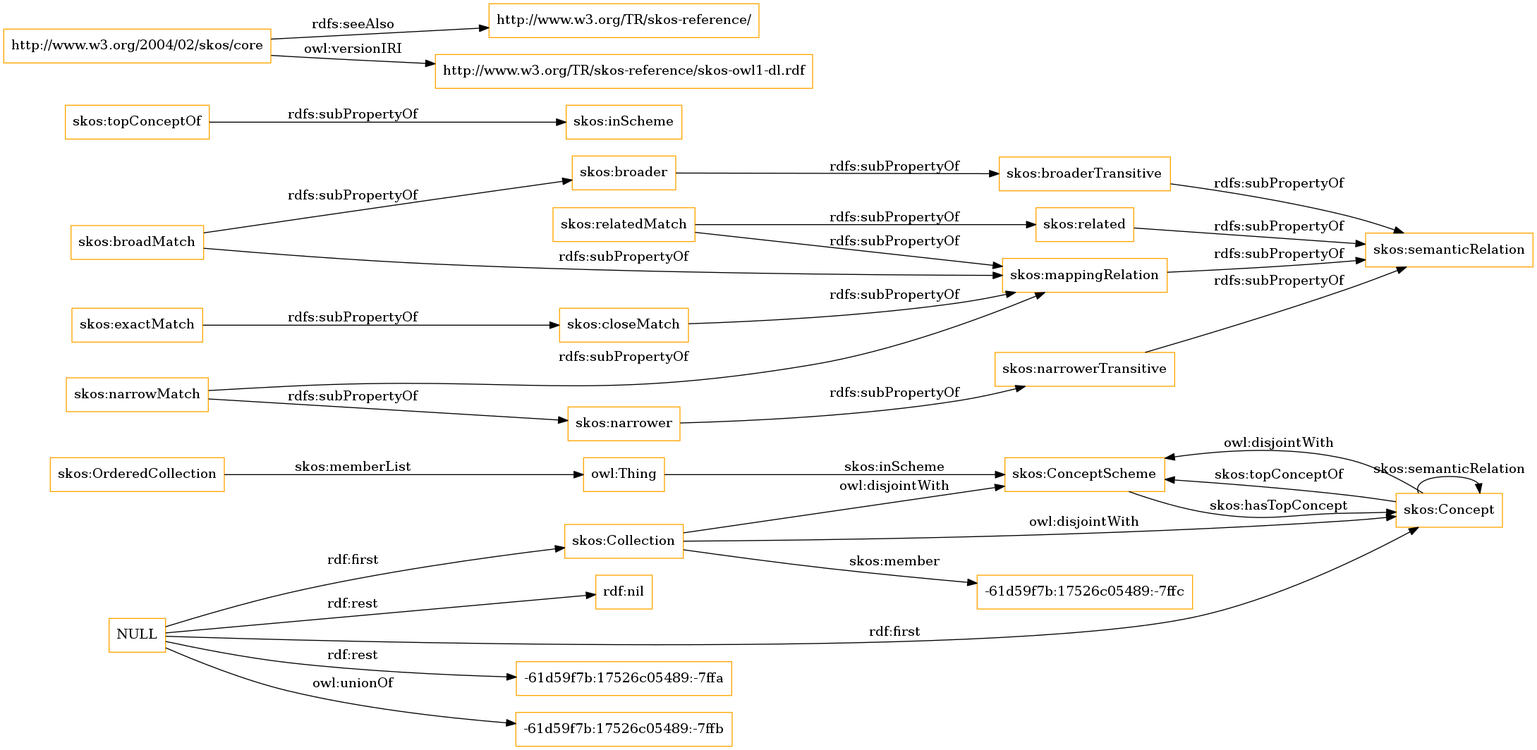
OnToologyUser/core-ontology-1 keeps this Graphviz diagram as OnToology/imports/skos.owl/diagrams/ar2dtool-class/skos.owl.png. Above is the earlier version. Its source is kept beside it as OnToology/imports/skos.owl/diagrams/ar2dtool-class/skos.owl.png.dot. The source it was exported from:
```dot
digraph ar2dtool_diagram {
rankdir=LR;
size="1501"
node [shape = rectangle, color="orange"]; "skos:OrderedCollection" "skos:ConceptScheme" "skos:Concept" "skos:Collection" "-61d59f7b:17526c05489:-7ffc" ; /*classes style*/
	"skos:narrowerTransitive" -> "skos:semanticRelation" [ label = "rdfs:subPropertyOf" ];
	"NULL" -> "-61d59f7b:17526c05489:-7ffa" [ label = "rdf:rest" ];
	"NULL" -> "skos:Collection" [ label = "rdf:first" ];
	"NULL" -> "-61d59f7b:17526c05489:-7ffb" [ label = "owl:unionOf" ];
	"NULL" -> "rdf:nil" [ label = "rdf:rest" ];
	"NULL" -> "skos:Concept" [ label = "rdf:first" ];
	"skos:closeMatch" -> "skos:mappingRelation" [ label = "rdfs:subPropertyOf" ];
	"skos:Concept" -> "skos:ConceptScheme" [ label = "owl:disjointWith" ];
	"skos:relatedMatch" -> "skos:related" [ label = "rdfs:subPropertyOf" ];
	"skos:relatedMatch" -> "skos:mappingRelation" [ label = "rdfs:subPropertyOf" ];
	"skos:related" -> "skos:semanticRelation" [ label = "rdfs:subPropertyOf" ];
	"skos:topConceptOf" -> "skos:inScheme" [ label = "rdfs:subPropertyOf" ];
	"skos:broadMatch" -> "skos:mappingRelation" [ label = "rdfs:subPropertyOf" ];
	"skos:broadMatch" -> "skos:broader" [ label = "rdfs:subPropertyOf" ];
	"skos:exactMatch" -> "skos:closeMatch" [ label = "rdfs:subPropertyOf" ];
	"skos:broaderTransitive" -> "skos:semanticRelation" [ label = "rdfs:subPropertyOf" ];
	"skos:broader" -> "skos:broaderTransitive" [ label = "rdfs:subPropertyOf" ];
	"skos:mappingRelation" -> "skos:semanticRelation" [ label = "rdfs:subPropertyOf" ];
	"http://www.w3.org/2004/02/skos/core" -> "http://www.w3.org/TR/skos-reference/" [ label = "rdfs:seeAlso" ];
	"http://www.w3.org/2004/02/skos/core" -> "http://www.w3.org/TR/skos-reference/skos-owl1-dl.rdf" [ label = "owl:versionIRI" ];
	"skos:Collection" -> "skos:ConceptScheme" [ label = "owl:disjointWith" ];
	"skos:Collection" -> "skos:Concept" [ label = "owl:disjointWith" ];
	"skos:narrower" -> "skos:narrowerTransitive" [ label = "rdfs:subPropertyOf" ];
	"skos:narrowMatch" -> "skos:narrower" [ label = "rdfs:subPropertyOf" ];
	"skos:narrowMatch" -> "skos:mappingRelation" [ label = "rdfs:subPropertyOf" ];
	"skos:OrderedCollection" -> "owl:Thing" [ label = "skos:memberList" ];
	"skos:Concept" -> "skos:ConceptScheme" [ label = "skos:topConceptOf" ];
	"skos:Concept" -> "skos:Concept" [ label = "skos:semanticRelation" ];
	"skos:Collection" -> "-61d59f7b:17526c05489:-7ffc" [ label = "skos:member" ];
	"skos:ConceptScheme" -> "skos:Concept" [ label = "skos:hasTopConcept" ];
	"owl:Thing" -> "skos:ConceptScheme" [ label = "skos:inScheme" ];

}
```
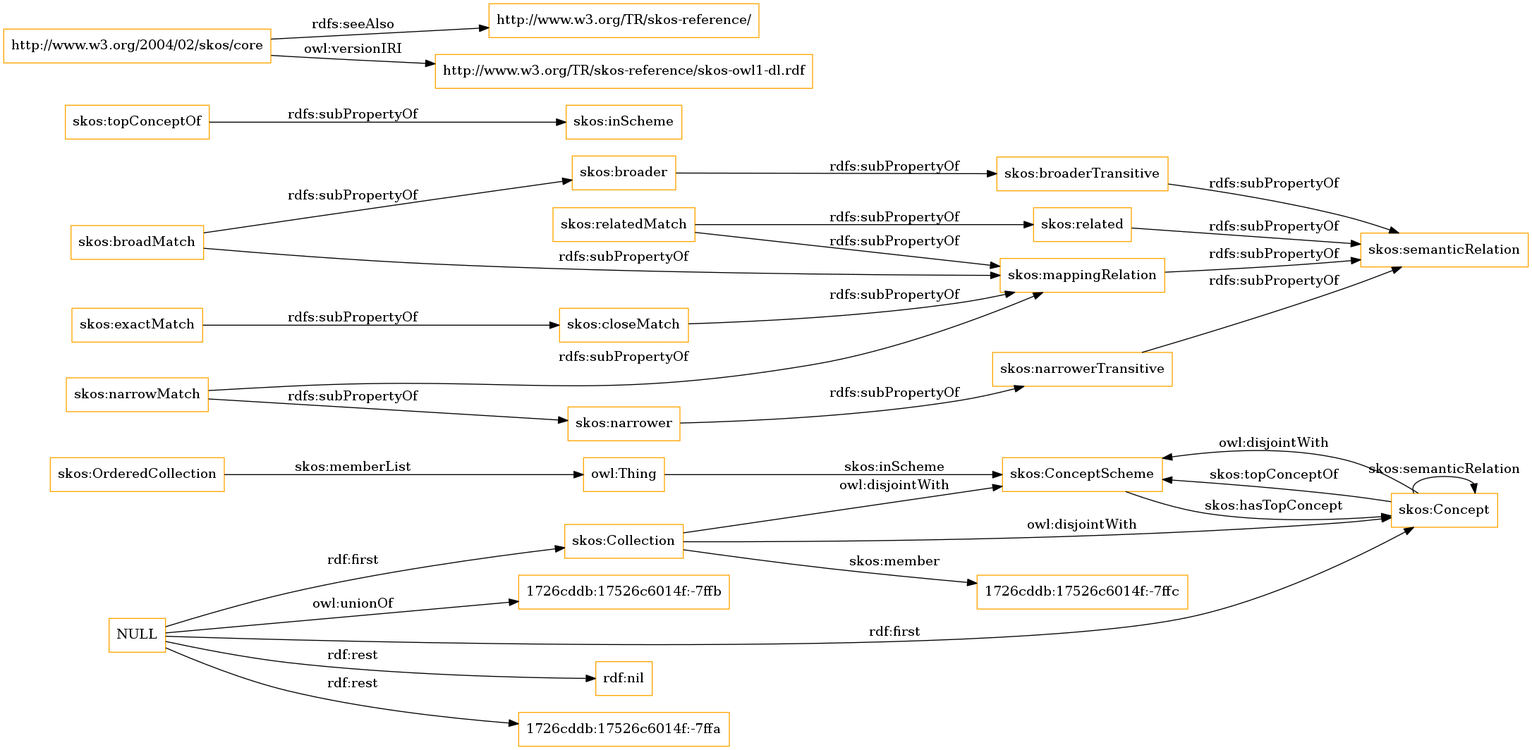
The same file after the commit.

The edit, as a diff of the source:
```diff
@@ -1,13 +1,13 @@
 digraph ar2dtool_diagram {
 rankdir=LR;
 size="1501"
-node [shape = rectangle, color="orange"]; "skos:OrderedCollection" "skos:ConceptScheme" "skos:Concept" "skos:Collection" "-61d59f7b:17526c05489:-7ffc" ; /*classes style*/
+node [shape = rectangle, color="orange"]; "skos:OrderedCollection" "skos:ConceptScheme" "skos:Concept" "skos:Collection" "1726cddb:17526c6014f:-7ffc" ; /*classes style*/
 	"skos:narrowerTransitive" -> "skos:semanticRelation" [ label = "rdfs:subPropertyOf" ];
-	"NULL" -> "-61d59f7b:17526c05489:-7ffa" [ label = "rdf:rest" ];
-	"NULL" -> "skos:Collection" [ label = "rdf:first" ];
-	"NULL" -> "-61d59f7b:17526c05489:-7ffb" [ label = "owl:unionOf" ];
 	"NULL" -> "rdf:nil" [ label = "rdf:rest" ];
 	"NULL" -> "skos:Concept" [ label = "rdf:first" ];
+	"NULL" -> "1726cddb:17526c6014f:-7ffa" [ label = "rdf:rest" ];
+	"NULL" -> "skos:Collection" [ label = "rdf:first" ];
+	"NULL" -> "1726cddb:17526c6014f:-7ffb" [ label = "owl:unionOf" ];
 	"skos:closeMatch" -> "skos:mappingRelation" [ label = "rdfs:subPropertyOf" ];
 	"skos:Concept" -> "skos:ConceptScheme" [ label = "owl:disjointWith" ];
 	"skos:relatedMatch" -> "skos:related" [ label = "rdfs:subPropertyOf" ];
@@ -30,7 +30,7 @@
 	"skos:OrderedCollection" -> "owl:Thing" [ label = "skos:memberList" ];
 	"skos:Concept" -> "skos:ConceptScheme" [ label = "skos:topConceptOf" ];
 	"skos:Concept" -> "skos:Concept" [ label = "skos:semanticRelation" ];
-	"skos:Collection" -> "-61d59f7b:17526c05489:-7ffc" [ label = "skos:member" ];
+	"skos:Collection" -> "1726cddb:17526c6014f:-7ffc" [ label = "skos:member" ];
 	"skos:ConceptScheme" -> "skos:Concept" [ label = "skos:hasTopConcept" ];
 	"owl:Thing" -> "skos:ConceptScheme" [ label = "skos:inScheme" ];
 
```
